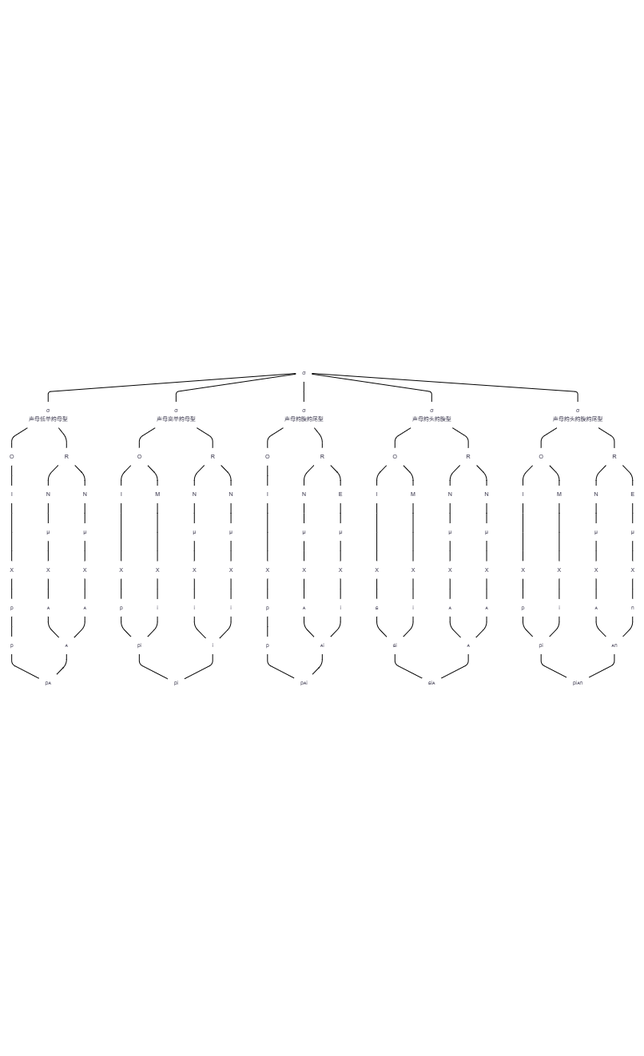
Earlier version of the Mermaid export YIME_Theory/flowchart/节质五种结构类型.png (tsaanghwang/Yime-prototype). Its source is kept beside it as YIME_Theory/flowchart/节质五种结构类型.mmd.
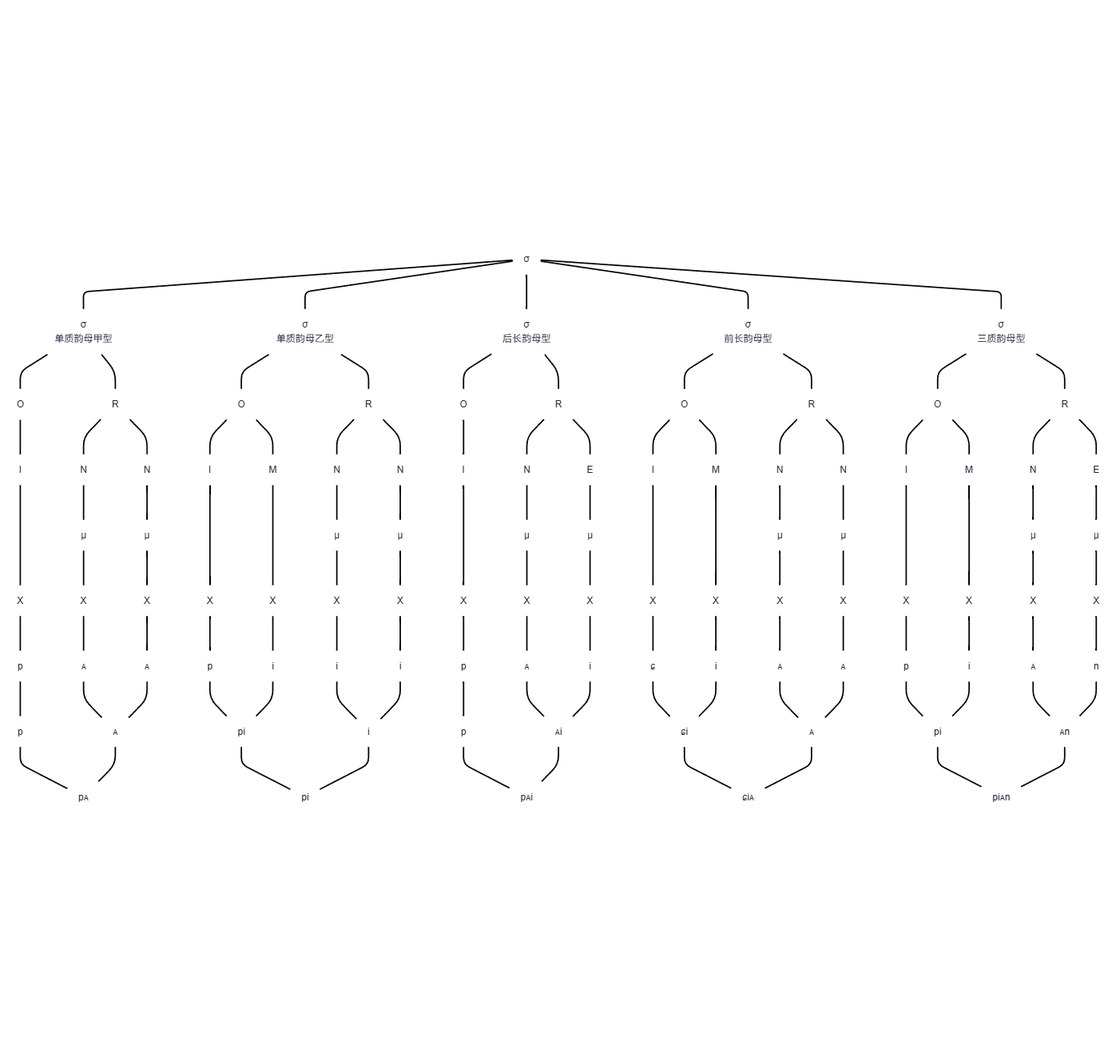
After the commit.

Change to the diagram source:
```diff
@@ -1,9 +1,9 @@
 graph TB
-A[σ]  --- B1[σ<br>声母低单韵母型]
-A --- B2[σ<br>声母高单韵母型]
-A --- B3[σ<br>声母韵腹韵尾型]
-A --- B4[σ<br>声母韵头韵腹型]
-A --- B5[σ<br>声母韵头韵腹韵尾型]
+A[σ]  --- B1[σ<br>单质韵母甲型]
+A --- B2[σ<br>单质韵母乙型]
+A --- B3[σ<br>后长韵母型]
+A --- B4[σ<br>前长韵母型]
+A --- B5[σ<br>三质韵母型]
 
 B2 --- C1[O]
 B2 --- C2[R]
```
